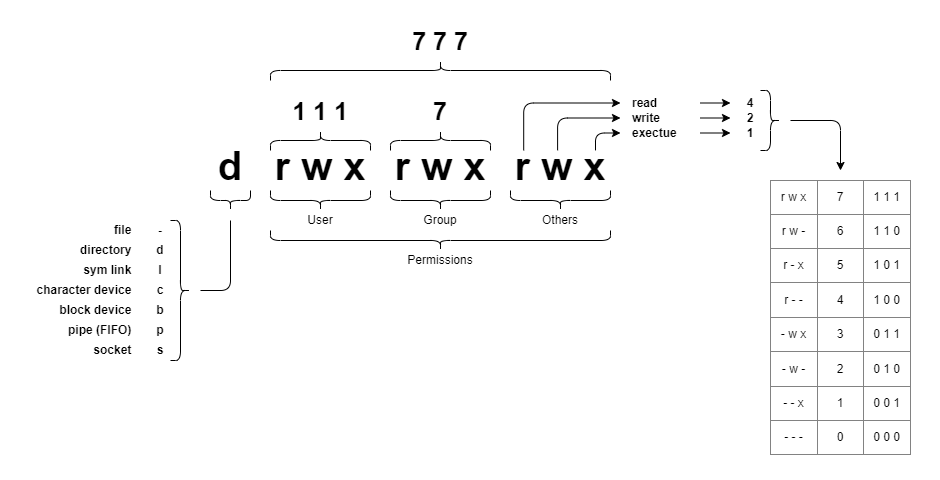
Earlier version of the draw.io export unix_rwx_cheat_pic/unix_rwx_without_chmod.png (Turukmoorea/cheat_sheets). Source tidied: cells renumbered, new cells last; positions are measured from the earlier drawing's top-left corner, leaving out a move shared by most shapes.
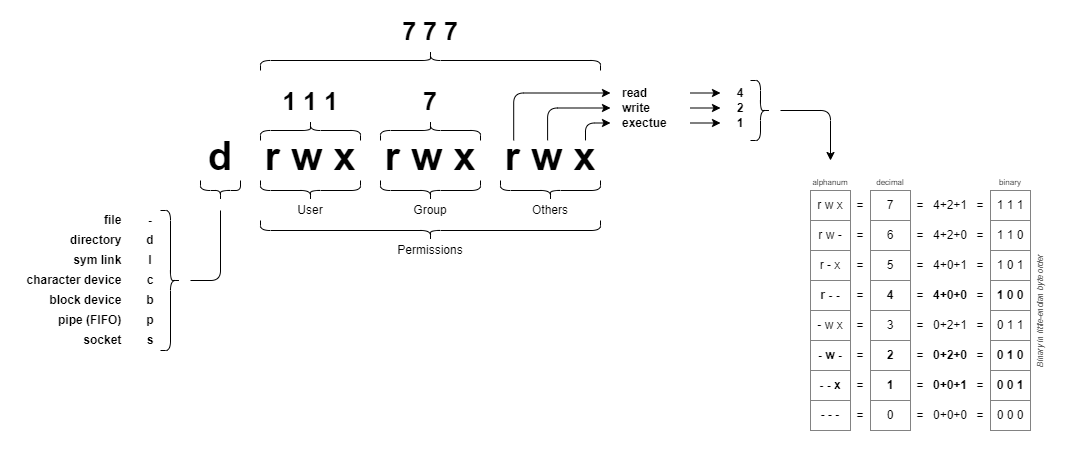
The same file after the commit.

Commit message:
update unix_rwx

The edit, as a diff of the source:
```diff
@@ -2,9 +2,9 @@
   <root>
     <mxCell id="0" />
     <mxCell id="1" parent="0" />
-    <mxCell id="2" style="rounded=0;whiteSpace=wrap;html=1;strokeColor=none;" parent="1" vertex="1">
-      <mxGeometry y="100" width="940" height="480" as="geometry" />
-    </mxCell>
+    <mxCell id="85" style="rounded=0;whiteSpace=wrap;html=1;strokeColor=none;" parent="1" vertex="1">
+      <mxGeometry x="10" y="110" width="1070" height="450" as="geometry" />
+    </mxCell>
     <mxCell id="3" value="Permissions" style="text;html=1;align=center;verticalAlign=middle;whiteSpace=wrap;rounded=0;" parent="1" vertex="1">
       <mxGeometry x="270" y="350" width="340" height="20" as="geometry" />
     </mxCell>
@@ -137,105 +137,6 @@
     <mxCell id="44" value="4" style="text;html=1;align=center;verticalAlign=middle;whiteSpace=wrap;rounded=0;fontStyle=1;" parent="1" vertex="1">
       <mxGeometry x="730" y="195" width="40" height="15" as="geometry" />
     </mxCell>
-    <mxCell id="45" style="shadow=0;fillColor=none;strokeWidth=1;strokeColor=#828282;" parent="1" vertex="1">
-      <mxGeometry x="770" y="280" width="140" height="274" as="geometry" />
-    </mxCell>
-    <mxCell id="46" style="shape=tableRow;horizontal=0;startSize=0;swimlaneHead=0;swimlaneBody=0;top=0;left=0;bottom=0;right=0;fontStyle=0;fillColor=none;strokeColor=#828282;" parent="45" vertex="1">
-      <mxGeometry width="140" height="34" as="geometry" />
-    </mxCell>
-    <mxCell id="47" value="r w x" style="strokeColor=#828282;fillColor=none;align=center;whiteSpace=wrap;html=1;" parent="46" vertex="1">
-      <mxGeometry width="47" height="34" as="geometry" />
-    </mxCell>
-    <mxCell id="48" value="7" style="strokeColor=#828282;fillColor=none;align=center;whiteSpace=wrap;html=1;" parent="46" vertex="1">
-      <mxGeometry x="47" width="46" height="34" as="geometry" />
-    </mxCell>
-    <mxCell id="49" value="1 1 1" style="strokeColor=#828282;fillColor=none;align=center;whiteSpace=wrap;html=1;" parent="46" vertex="1">
-      <mxGeometry x="93" width="47" height="34" as="geometry" />
-    </mxCell>
-    <mxCell id="50" style="shape=tableRow;horizontal=0;startSize=0;swimlaneHead=0;swimlaneBody=0;top=0;left=0;bottom=0;right=0;fontStyle=0;fillColor=none;strokeColor=#828282;" parent="45" vertex="1">
-      <mxGeometry y="34" width="140" height="34" as="geometry" />
-    </mxCell>
-    <mxCell id="51" value="r w -" style="strokeColor=#828282;fillColor=none;align=center;whiteSpace=wrap;html=1;" parent="50" vertex="1">
-      <mxGeometry width="47" height="34" as="geometry" />
-    </mxCell>
-    <mxCell id="52" value="6" style="strokeColor=#828282;fillColor=none;align=center;whiteSpace=wrap;html=1;" parent="50" vertex="1">
-      <mxGeometry x="47" width="46" height="34" as="geometry" />
-    </mxCell>
-    <mxCell id="53" value="1 1 0" style="strokeColor=#828282;fillColor=none;align=center;whiteSpace=wrap;html=1;" parent="50" vertex="1">
-      <mxGeometry x="93" width="47" height="34" as="geometry" />
-    </mxCell>
-    <mxCell id="54" style="shape=tableRow;horizontal=0;startSize=0;swimlaneHead=0;swimlaneBody=0;top=0;left=0;bottom=0;right=0;fontStyle=0;fillColor=none;strokeColor=#828282;" parent="45" vertex="1">
-      <mxGeometry y="68" width="140" height="34" as="geometry" />
-    </mxCell>
-    <mxCell id="55" value="r - x" style="strokeColor=#828282;fillColor=none;align=center;whiteSpace=wrap;html=1;" parent="54" vertex="1">
-      <mxGeometry width="47" height="34" as="geometry" />
-    </mxCell>
-    <mxCell id="56" value="5" style="strokeColor=#828282;fillColor=none;align=center;whiteSpace=wrap;html=1;" parent="54" vertex="1">
-      <mxGeometry x="47" width="46" height="34" as="geometry" />
-    </mxCell>
-    <mxCell id="57" value="1 0 1" style="strokeColor=#828282;fillColor=none;align=center;whiteSpace=wrap;html=1;" parent="54" vertex="1">
-      <mxGeometry x="93" width="47" height="34" as="geometry" />
-    </mxCell>
-    <mxCell id="58" style="shape=tableRow;horizontal=0;startSize=0;swimlaneHead=0;swimlaneBody=0;top=0;left=0;bottom=0;right=0;fontStyle=0;fillColor=none;strokeColor=#828282;" parent="45" vertex="1">
-      <mxGeometry y="102" width="140" height="35" as="geometry" />
-    </mxCell>
-    <mxCell id="59" value="r - -" style="strokeColor=#828282;fillColor=none;align=center;whiteSpace=wrap;html=1;" parent="58" vertex="1">
-      <mxGeometry width="47" height="35" as="geometry" />
-    </mxCell>
-    <mxCell id="60" value="4" style="strokeColor=#828282;fillColor=none;align=center;whiteSpace=wrap;html=1;" parent="58" vertex="1">
-      <mxGeometry x="47" width="46" height="35" as="geometry" />
-    </mxCell>
-    <mxCell id="61" value="1 0 0" style="strokeColor=#828282;fillColor=none;align=center;whiteSpace=wrap;html=1;" parent="58" vertex="1">
-      <mxGeometry x="93" width="47" height="35" as="geometry" />
-    </mxCell>
-    <mxCell id="62" style="shape=tableRow;horizontal=0;startSize=0;swimlaneHead=0;swimlaneBody=0;top=0;left=0;bottom=0;right=0;fontStyle=0;fillColor=none;strokeColor=#828282;" parent="45" vertex="1">
-      <mxGeometry y="137" width="140" height="34" as="geometry" />
-    </mxCell>
-    <mxCell id="63" value="- w x" style="strokeColor=#828282;fillColor=none;align=center;whiteSpace=wrap;html=1;" parent="62" vertex="1">
-      <mxGeometry width="47" height="34" as="geometry" />
-    </mxCell>
-    <mxCell id="64" value="3" style="strokeColor=#828282;fillColor=none;align=center;whiteSpace=wrap;html=1;" parent="62" vertex="1">
-      <mxGeometry x="47" width="46" height="34" as="geometry" />
-    </mxCell>
-    <mxCell id="65" value="0 1 1" style="strokeColor=#828282;fillColor=none;align=center;whiteSpace=wrap;html=1;" parent="62" vertex="1">
-      <mxGeometry x="93" width="47" height="34" as="geometry" />
-    </mxCell>
-    <mxCell id="66" style="shape=tableRow;horizontal=0;startSize=0;swimlaneHead=0;swimlaneBody=0;top=0;left=0;bottom=0;right=0;fontStyle=0;fillColor=none;strokeColor=#828282;" parent="45" vertex="1">
-      <mxGeometry y="171" width="140" height="35" as="geometry" />
-    </mxCell>
-    <mxCell id="67" value="- w -" style="strokeColor=#828282;fillColor=none;align=center;whiteSpace=wrap;html=1;" parent="66" vertex="1">
-      <mxGeometry width="47" height="35" as="geometry" />
-    </mxCell>
-    <mxCell id="68" value="2" style="strokeColor=#828282;fillColor=none;align=center;whiteSpace=wrap;html=1;" parent="66" vertex="1">
-      <mxGeometry x="47" width="46" height="35" as="geometry" />
-    </mxCell>
-    <mxCell id="69" value="0 1 0" style="strokeColor=#828282;fillColor=none;align=center;whiteSpace=wrap;html=1;" parent="66" vertex="1">
-      <mxGeometry x="93" width="47" height="35" as="geometry" />
-    </mxCell>
-    <mxCell id="70" style="shape=tableRow;horizontal=0;startSize=0;swimlaneHead=0;swimlaneBody=0;top=0;left=0;bottom=0;right=0;fontStyle=0;fillColor=none;strokeColor=#828282;" parent="45" vertex="1">
-      <mxGeometry y="206" width="140" height="34" as="geometry" />
-    </mxCell>
-    <mxCell id="71" value="- - x" style="strokeColor=#828282;fillColor=none;align=center;whiteSpace=wrap;html=1;" parent="70" vertex="1">
-      <mxGeometry width="47" height="34" as="geometry" />
-    </mxCell>
-    <mxCell id="72" value="1" style="strokeColor=#828282;fillColor=none;align=center;whiteSpace=wrap;html=1;" parent="70" vertex="1">
-      <mxGeometry x="47" width="46" height="34" as="geometry" />
-    </mxCell>
-    <mxCell id="73" value="0 0 1" style="strokeColor=#828282;fillColor=none;align=center;whiteSpace=wrap;html=1;" parent="70" vertex="1">
-      <mxGeometry x="93" width="47" height="34" as="geometry" />
-    </mxCell>
-    <mxCell id="74" style="shape=tableRow;horizontal=0;startSize=0;swimlaneHead=0;swimlaneBody=0;top=0;left=0;bottom=0;right=0;fontStyle=0;fillColor=none;strokeColor=#828282;" parent="45" vertex="1">
-      <mxGeometry y="240" width="140" height="34" as="geometry" />
-    </mxCell>
-    <mxCell id="75" value="- - -" style="strokeColor=#828282;fillColor=none;align=center;whiteSpace=wrap;html=1;" parent="74" vertex="1">
-      <mxGeometry width="47" height="34" as="geometry" />
-    </mxCell>
-    <mxCell id="76" value="0" style="strokeColor=#828282;fillColor=none;align=center;whiteSpace=wrap;html=1;" parent="74" vertex="1">
-      <mxGeometry x="47" width="46" height="34" as="geometry" />
-    </mxCell>
-    <mxCell id="77" value="0 0 0" style="strokeColor=#828282;fillColor=none;align=center;whiteSpace=wrap;html=1;" parent="74" vertex="1">
-      <mxGeometry x="93" width="47" height="34" as="geometry" />
-    </mxCell>
     <mxCell id="78" style="shape=curlyBracket;whiteSpace=wrap;html=1;rounded=1;labelPosition=left;verticalLabelPosition=middle;align=right;verticalAlign=middle;rotation=-180;" parent="1" vertex="1">
       <mxGeometry x="760" y="190" width="20" height="60" as="geometry" />
     </mxCell>
@@ -263,5 +164,206 @@
     <mxCell id="84" style="shape=curlyBracket;whiteSpace=wrap;html=1;rounded=1;labelPosition=left;verticalLabelPosition=middle;align=right;verticalAlign=middle;rotation=90;" parent="1" vertex="1">
       <mxGeometry x="430" y="190" width="20" height="100" as="geometry" />
     </mxCell>
+    <mxCell id="86" value="alphanum" style="text;html=1;align=center;verticalAlign=bottom;whiteSpace=wrap;rounded=0;fontSize=8;" parent="1" vertex="1">
+      <mxGeometry x="820" y="280" width="40" height="20" as="geometry" />
+    </mxCell>
+    <mxCell id="87" value="decimal" style="text;html=1;align=center;verticalAlign=bottom;whiteSpace=wrap;rounded=0;fontSize=8;" parent="1" vertex="1">
+      <mxGeometry x="880" y="280" width="40" height="20" as="geometry" />
+    </mxCell>
+    <mxCell id="88" value="binary" style="text;html=1;align=center;verticalAlign=bottom;whiteSpace=wrap;rounded=0;fontSize=8;" parent="1" vertex="1">
+      <mxGeometry x="1000" y="280" width="40" height="20" as="geometry" />
+    </mxCell>
+    <mxCell id="89" value="=" style="group;" parent="1" vertex="1">
+      <mxGeometry x="860" y="300" width="20" height="240" as="geometry" />
+    </mxCell>
+    <mxCell id="90" value="=" style="rounded=0;whiteSpace=wrap;html=1;strokeColor=none;" parent="89" vertex="1">
+      <mxGeometry width="20" height="30" as="geometry" />
+    </mxCell>
+    <mxCell id="91" value="=" style="rounded=0;whiteSpace=wrap;html=1;strokeColor=none;" parent="89" vertex="1">
+      <mxGeometry y="30" width="20" height="30" as="geometry" />
+    </mxCell>
+    <mxCell id="92" value="=" style="rounded=0;whiteSpace=wrap;html=1;strokeColor=none;" parent="89" vertex="1">
+      <mxGeometry y="60" width="20" height="30" as="geometry" />
+    </mxCell>
+    <mxCell id="93" value="=" style="rounded=0;whiteSpace=wrap;html=1;strokeColor=none;" parent="89" vertex="1">
+      <mxGeometry y="90" width="20" height="30" as="geometry" />
+    </mxCell>
+    <mxCell id="94" value="=" style="rounded=0;whiteSpace=wrap;html=1;strokeColor=none;" parent="89" vertex="1">
+      <mxGeometry y="120" width="20" height="30" as="geometry" />
+    </mxCell>
+    <mxCell id="95" value="=" style="rounded=0;whiteSpace=wrap;html=1;strokeColor=none;" parent="89" vertex="1">
+      <mxGeometry y="150" width="20" height="30" as="geometry" />
+    </mxCell>
+    <mxCell id="96" value="=" style="rounded=0;whiteSpace=wrap;html=1;strokeColor=none;" parent="89" vertex="1">
+      <mxGeometry y="180" width="20" height="30" as="geometry" />
+    </mxCell>
+    <mxCell id="97" value="=" style="rounded=0;whiteSpace=wrap;html=1;strokeColor=none;" parent="89" vertex="1">
+      <mxGeometry y="210" width="20" height="30" as="geometry" />
+    </mxCell>
+    <mxCell id="98" value="=" style="group;" parent="1" vertex="1">
+      <mxGeometry x="920" y="300" width="20" height="240" as="geometry" />
+    </mxCell>
+    <mxCell id="99" value="=" style="rounded=0;whiteSpace=wrap;html=1;strokeColor=none;" parent="98" vertex="1">
+      <mxGeometry width="20" height="30" as="geometry" />
+    </mxCell>
+    <mxCell id="100" value="=" style="rounded=0;whiteSpace=wrap;html=1;strokeColor=none;" parent="98" vertex="1">
+      <mxGeometry y="30" width="20" height="30" as="geometry" />
+    </mxCell>
+    <mxCell id="101" value="=" style="rounded=0;whiteSpace=wrap;html=1;strokeColor=none;" parent="98" vertex="1">
+      <mxGeometry y="60" width="20" height="30" as="geometry" />
+    </mxCell>
+    <mxCell id="102" value="=" style="rounded=0;whiteSpace=wrap;html=1;strokeColor=none;" parent="98" vertex="1">
+      <mxGeometry y="90" width="20" height="30" as="geometry" />
+    </mxCell>
+    <mxCell id="103" value="=" style="rounded=0;whiteSpace=wrap;html=1;strokeColor=none;" parent="98" vertex="1">
+      <mxGeometry y="120" width="20" height="30" as="geometry" />
+    </mxCell>
+    <mxCell id="104" value="=" style="rounded=0;whiteSpace=wrap;html=1;strokeColor=none;" parent="98" vertex="1">
+      <mxGeometry y="150" width="20" height="30" as="geometry" />
+    </mxCell>
+    <mxCell id="105" value="=" style="rounded=0;whiteSpace=wrap;html=1;strokeColor=none;" parent="98" vertex="1">
+      <mxGeometry y="180" width="20" height="30" as="geometry" />
+    </mxCell>
+    <mxCell id="106" value="=" style="rounded=0;whiteSpace=wrap;html=1;strokeColor=none;" parent="98" vertex="1">
+      <mxGeometry y="210" width="20" height="30" as="geometry" />
+    </mxCell>
+    <mxCell id="107" value="=" style="group;" parent="1" vertex="1">
+      <mxGeometry x="980" y="300" width="20" height="240" as="geometry" />
+    </mxCell>
+    <mxCell id="108" value="=" style="rounded=0;whiteSpace=wrap;html=1;strokeColor=none;" parent="107" vertex="1">
+      <mxGeometry width="20" height="30" as="geometry" />
+    </mxCell>
+    <mxCell id="109" value="=" style="rounded=0;whiteSpace=wrap;html=1;strokeColor=none;" parent="107" vertex="1">
+      <mxGeometry y="30" width="20" height="30" as="geometry" />
+    </mxCell>
+    <mxCell id="110" value="=" style="rounded=0;whiteSpace=wrap;html=1;strokeColor=none;" parent="107" vertex="1">
+      <mxGeometry y="60" width="20" height="30" as="geometry" />
+    </mxCell>
+    <mxCell id="111" value="=" style="rounded=0;whiteSpace=wrap;html=1;strokeColor=none;" parent="107" vertex="1">
+      <mxGeometry y="90" width="20" height="30" as="geometry" />
+    </mxCell>
+    <mxCell id="112" value="=" style="rounded=0;whiteSpace=wrap;html=1;strokeColor=none;" parent="107" vertex="1">
+      <mxGeometry y="120" width="20" height="30" as="geometry" />
+    </mxCell>
+    <mxCell id="113" value="=" style="rounded=0;whiteSpace=wrap;html=1;strokeColor=none;" parent="107" vertex="1">
+      <mxGeometry y="150" width="20" height="30" as="geometry" />
+    </mxCell>
+    <mxCell id="114" value="=" style="rounded=0;whiteSpace=wrap;html=1;strokeColor=none;" parent="107" vertex="1">
+      <mxGeometry y="180" width="20" height="30" as="geometry" />
+    </mxCell>
+    <mxCell id="115" value="=" style="rounded=0;whiteSpace=wrap;html=1;strokeColor=none;" parent="107" vertex="1">
+      <mxGeometry y="210" width="20" height="30" as="geometry" />
+    </mxCell>
+    <mxCell id="116" style="group;" parent="1" vertex="1">
+      <mxGeometry x="820" y="300" width="40" height="240" as="geometry" />
+    </mxCell>
+    <mxCell id="47" value="r w x" style="rounded=0;whiteSpace=wrap;html=1;strokeColor=#828282;" parent="116" vertex="1">
+      <mxGeometry width="40" height="30" as="geometry" />
+    </mxCell>
+    <mxCell id="51" value="r w -" style="rounded=0;whiteSpace=wrap;html=1;strokeColor=#828282;" parent="116" vertex="1">
+      <mxGeometry y="30" width="40" height="30" as="geometry" />
+    </mxCell>
+    <mxCell id="55" value="r - x" style="rounded=0;whiteSpace=wrap;html=1;strokeColor=#828282;" parent="116" vertex="1">
+      <mxGeometry y="60" width="40" height="30" as="geometry" />
+    </mxCell>
+    <mxCell id="59" value="&lt;b&gt;r - -&lt;/b&gt;" style="rounded=0;whiteSpace=wrap;html=1;strokeColor=#828282;" parent="116" vertex="1">
+      <mxGeometry y="90" width="40" height="30" as="geometry" />
+    </mxCell>
+    <mxCell id="63" value="- w x" style="rounded=0;whiteSpace=wrap;html=1;strokeColor=#828282;" parent="116" vertex="1">
+      <mxGeometry y="120" width="40" height="30" as="geometry" />
+    </mxCell>
+    <mxCell id="67" value="&lt;b&gt;- w -&lt;/b&gt;" style="rounded=0;whiteSpace=wrap;html=1;strokeColor=#828282;" parent="116" vertex="1">
+      <mxGeometry y="150" width="40" height="30" as="geometry" />
+    </mxCell>
+    <mxCell id="71" value="&lt;b&gt;- - x&lt;/b&gt;" style="rounded=0;whiteSpace=wrap;html=1;strokeColor=#828282;" parent="116" vertex="1">
+      <mxGeometry y="180" width="40" height="30" as="geometry" />
+    </mxCell>
+    <mxCell id="75" value="- - -" style="rounded=0;whiteSpace=wrap;html=1;strokeColor=#828282;" parent="116" vertex="1">
+      <mxGeometry y="210" width="40" height="30" as="geometry" />
+    </mxCell>
+    <mxCell id="117" style="group;" parent="1" vertex="1">
+      <mxGeometry x="1000" y="300" width="40" height="240" as="geometry" />
+    </mxCell>
+    <mxCell id="53" value="1 1 0" style="rounded=0;whiteSpace=wrap;html=1;strokeColor=#828282;" parent="117" vertex="1">
+      <mxGeometry y="30" width="40" height="30" as="geometry" />
+    </mxCell>
+    <mxCell id="57" value="1 0 1" style="rounded=0;whiteSpace=wrap;html=1;strokeColor=#828282;" parent="117" vertex="1">
+      <mxGeometry y="60" width="40" height="30" as="geometry" />
+    </mxCell>
+    <mxCell id="61" value="&lt;b&gt;1 0 0&lt;/b&gt;" style="rounded=0;whiteSpace=wrap;html=1;strokeColor=#828282;" parent="117" vertex="1">
+      <mxGeometry y="90" width="40" height="30" as="geometry" />
+    </mxCell>
+    <mxCell id="65" value="0 1 1" style="rounded=0;whiteSpace=wrap;html=1;strokeColor=#828282;" parent="117" vertex="1">
+      <mxGeometry y="120" width="40" height="30" as="geometry" />
+    </mxCell>
+    <mxCell id="69" value="&lt;b&gt;0 1 0&lt;/b&gt;" style="rounded=0;whiteSpace=wrap;html=1;strokeColor=#828282;" parent="117" vertex="1">
+      <mxGeometry y="150" width="40" height="30" as="geometry" />
+    </mxCell>
+    <mxCell id="73" value="&lt;b&gt;0 0 1&lt;/b&gt;" style="rounded=0;whiteSpace=wrap;html=1;strokeColor=#828282;" parent="117" vertex="1">
+      <mxGeometry y="180" width="40" height="30" as="geometry" />
+    </mxCell>
+    <mxCell id="77" value="0 0 0" style="rounded=0;whiteSpace=wrap;html=1;strokeColor=#828282;" parent="117" vertex="1">
+      <mxGeometry y="210" width="40" height="30" as="geometry" />
+    </mxCell>
+    <mxCell id="49" value="1 1 1" style="rounded=0;whiteSpace=wrap;html=1;strokeColor=#828282;" parent="117" vertex="1">
+      <mxGeometry width="40" height="30" as="geometry" />
+    </mxCell>
+    <mxCell id="118" value="7" style="group;" parent="1" vertex="1">
+      <mxGeometry x="880" y="300" width="40" height="240" as="geometry" />
+    </mxCell>
+    <mxCell id="119" value="7" style="rounded=0;whiteSpace=wrap;html=1;strokeColor=#828282;" parent="118" vertex="1">
+      <mxGeometry width="40" height="30" as="geometry" />
+    </mxCell>
+    <mxCell id="52" value="6" style="rounded=0;whiteSpace=wrap;html=1;strokeColor=#828282;" parent="118" vertex="1">
+      <mxGeometry y="30" width="40" height="30" as="geometry" />
+    </mxCell>
+    <mxCell id="56" value="5" style="rounded=0;whiteSpace=wrap;html=1;strokeColor=#828282;" parent="118" vertex="1">
+      <mxGeometry y="60" width="40" height="30" as="geometry" />
+    </mxCell>
+    <mxCell id="60" value="&lt;b&gt;4&lt;/b&gt;" style="rounded=0;whiteSpace=wrap;html=1;strokeColor=#828282;" parent="118" vertex="1">
+      <mxGeometry y="90" width="40" height="30" as="geometry" />
+    </mxCell>
+    <mxCell id="64" value="3" style="rounded=0;whiteSpace=wrap;html=1;strokeColor=#828282;" parent="118" vertex="1">
+      <mxGeometry y="120" width="40" height="30" as="geometry" />
+    </mxCell>
+    <mxCell id="68" value="&lt;b&gt;2&lt;/b&gt;" style="rounded=0;whiteSpace=wrap;html=1;strokeColor=#828282;" parent="118" vertex="1">
+      <mxGeometry y="150" width="40" height="30" as="geometry" />
+    </mxCell>
+    <mxCell id="72" value="&lt;b&gt;1&lt;/b&gt;" style="rounded=0;whiteSpace=wrap;html=1;strokeColor=#828282;" parent="118" vertex="1">
+      <mxGeometry y="180" width="40" height="30" as="geometry" />
+    </mxCell>
+    <mxCell id="76" value="0" style="rounded=0;whiteSpace=wrap;html=1;strokeColor=#828282;" parent="118" vertex="1">
+      <mxGeometry y="210" width="40" height="30" as="geometry" />
+    </mxCell>
+    <mxCell id="120" style="group;strokeColor=none;" parent="1" vertex="1">
+      <mxGeometry x="940" y="300" width="40" height="240" as="geometry" />
+    </mxCell>
+    <mxCell id="121" value="4+2+0" style="rounded=0;whiteSpace=wrap;html=1;strokeColor=none;" parent="120" vertex="1">
+      <mxGeometry y="30" width="40" height="30" as="geometry" />
+    </mxCell>
+    <mxCell id="122" value="4+0+1" style="rounded=0;whiteSpace=wrap;html=1;strokeColor=none;" parent="120" vertex="1">
+      <mxGeometry y="60" width="40" height="30" as="geometry" />
+    </mxCell>
+    <mxCell id="123" value="&lt;b&gt;4+0+0&lt;/b&gt;" style="rounded=0;whiteSpace=wrap;html=1;strokeColor=none;" parent="120" vertex="1">
+      <mxGeometry y="90" width="40" height="30" as="geometry" />
+    </mxCell>
+    <mxCell id="124" value="0+2+1" style="rounded=0;whiteSpace=wrap;html=1;strokeColor=none;" parent="120" vertex="1">
+      <mxGeometry y="120" width="40" height="30" as="geometry" />
+    </mxCell>
+    <mxCell id="125" value="&lt;b&gt;0+2+0&lt;/b&gt;" style="rounded=0;whiteSpace=wrap;html=1;strokeColor=none;" parent="120" vertex="1">
+      <mxGeometry y="150" width="40" height="30" as="geometry" />
+    </mxCell>
+    <mxCell id="126" value="&lt;b&gt;0+0+1&lt;/b&gt;" style="rounded=0;whiteSpace=wrap;html=1;strokeColor=none;" parent="120" vertex="1">
+      <mxGeometry y="180" width="40" height="30" as="geometry" />
+    </mxCell>
+    <mxCell id="127" value="0+0+0" style="rounded=0;whiteSpace=wrap;html=1;strokeColor=none;" parent="120" vertex="1">
+      <mxGeometry y="210" width="40" height="30" as="geometry" />
+    </mxCell>
+    <mxCell id="128" value="4+2+1" style="rounded=0;whiteSpace=wrap;html=1;strokeColor=none;" parent="120" vertex="1">
+      <mxGeometry width="40" height="30" as="geometry" />
+    </mxCell>
+    <mxCell id="129" value="Binary in little-endian byte order" style="text;html=1;align=center;verticalAlign=middle;whiteSpace=wrap;rounded=0;fontSize=8;rotation=-90;fontStyle=2;fontColor=#666666;" parent="1" vertex="1">
+      <mxGeometry x="931.2" y="415" width="237" height="10" as="geometry" />
+    </mxCell>
   </root>
 </mxGraphModel>
```
